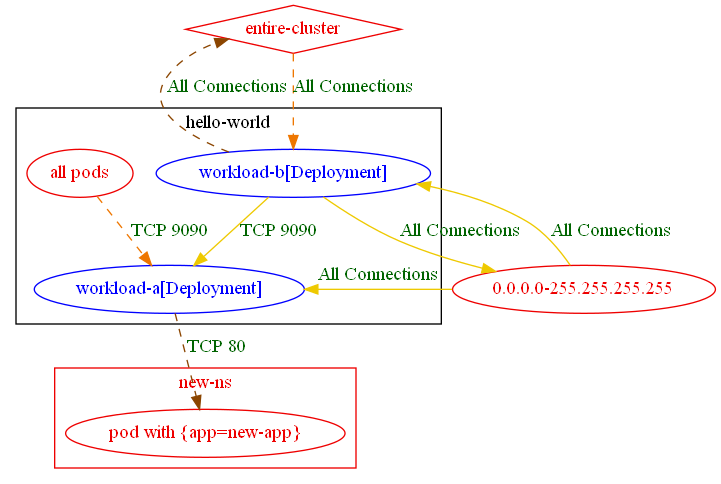
Before: test_outputs/connlist/exposure_test_with_anp_13_exposure_output.dot.png, a diagram exported from Graphviz (np-guard/netpol-analyzer). Its source is kept beside it as test_outputs/connlist/exposure_test_with_anp_13_exposure_output.dot.
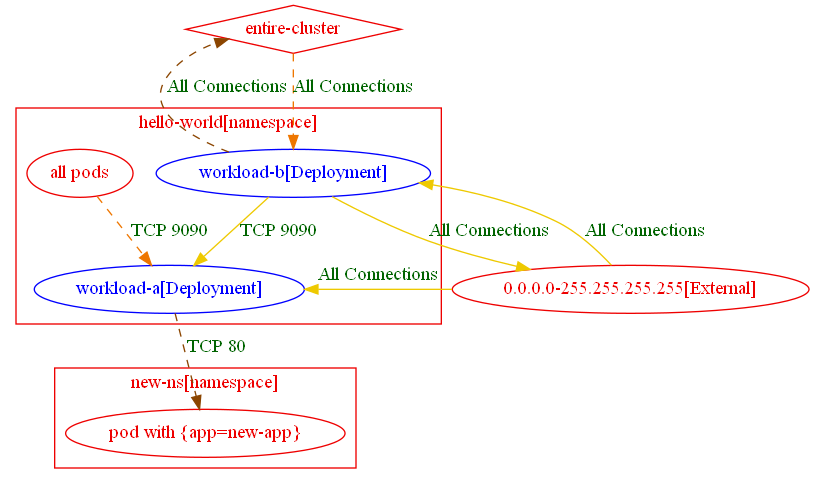
The same diagram one commit later.

Change to the diagram source:
```diff
@@ -1,26 +1,31 @@
 digraph {
-	subgraph "cluster_hello_world" {
+	subgraph "cluster_hello_world[namespace]" {
 		color="black"
 		fontcolor="black"
-		"all pods_in_hello-world" [label="all pods" color="red2" fontcolor="red2"]
 		"hello-world/workload-a[Deployment]" [label="workload-a[Deployment]" color="blue" fontcolor="blue"]
 		"hello-world/workload-b[Deployment]" [label="workload-b[Deployment]" color="blue" fontcolor="blue"]
-		label="hello-world"
+		label="hello-world[namespace]"
 	}
-	subgraph "cluster_new_ns" {
+	subgraph "cluster_hello_world[namespace]" {
+		color="red2"
+		fontcolor="red2"
+		"all pods_in_hello-world" [label="all pods" color="red2" fontcolor="red2"]
+		label="hello-world[namespace]"
+	}
+	subgraph "cluster_new_ns[namespace]" {
 		color="red2"
 		fontcolor="red2"
 		"pod with {app=new-app}_in_new-ns" [label="pod with {app=new-app}" color="red2" fontcolor="red2"]
-		label="new-ns"
+		label="new-ns[namespace]"
 	}
-	"0.0.0.0-255.255.255.255" [label="0.0.0.0-255.255.255.255" color="red2" fontcolor="red2"]
+	"0.0.0.0-255.255.255.255[External]" [label="0.0.0.0-255.255.255.255[External]" color="red2" fontcolor="red2"]
 	"entire-cluster" [label="entire-cluster" color="red2" fontcolor="red2" shape=diamond]
-	"0.0.0.0-255.255.255.255" -> "hello-world/workload-a[Deployment]" [label="All Connections" color="gold2" fontcolor="darkgreen" weight=0.5]
-	"0.0.0.0-255.255.255.255" -> "hello-world/workload-b[Deployment]" [label="All Connections" color="gold2" fontcolor="darkgreen" weight=0.5]
+	"0.0.0.0-255.255.255.255[External]" -> "hello-world/workload-a[Deployment]" [label="All Connections" color="gold2" fontcolor="darkgreen" weight=0.5]
+	"0.0.0.0-255.255.255.255[External]" -> "hello-world/workload-b[Deployment]" [label="All Connections" color="gold2" fontcolor="darkgreen" weight=0.5]
 	"all pods_in_hello-world" -> "hello-world/workload-a[Deployment]" [label="TCP 9090" color="darkorange2" fontcolor="darkgreen" weight=1 style=dashed]
 	"entire-cluster" -> "hello-world/workload-b[Deployment]" [label="All Connections" color="darkorange2" fontcolor="darkgreen" weight=1 style=dashed]
 	"hello-world/workload-a[Deployment]" -> "pod with {app=new-app}_in_new-ns" [label="TCP 80" color="darkorange4" fontcolor="darkgreen" weight=0.5 style=dashed]
-	"hello-world/workload-b[Deployment]" -> "0.0.0.0-255.255.255.255" [label="All Connections" color="gold2" fontcolor="darkgreen" weight=1]
+	"hello-world/workload-b[Deployment]" -> "0.0.0.0-255.255.255.255[External]" [label="All Connections" color="gold2" fontcolor="darkgreen" weight=1]
 	"hello-world/workload-b[Deployment]" -> "entire-cluster" [label="All Connections" color="darkorange4" fontcolor="darkgreen" weight=0.5 style=dashed]
 	"hello-world/workload-b[Deployment]" -> "hello-world/workload-a[Deployment]" [label="TCP 9090" color="gold2" fontcolor="darkgreen" weight=1]
 }
```
